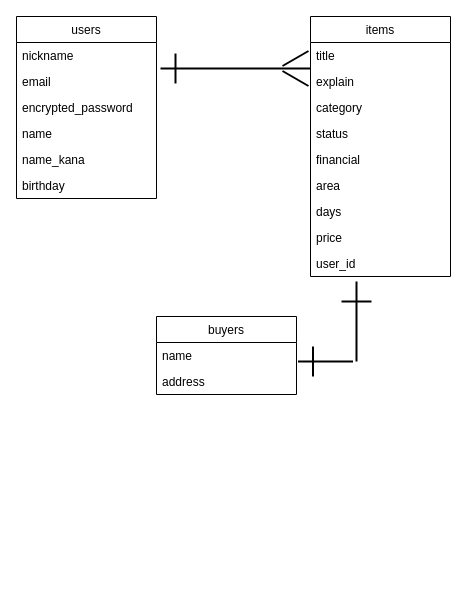
This is furima.dio from 00ryohey00/furima-33853, a draw.io file, before an edit. Source tidied: cells renumbered, new cells numbered last; positions are measured from the earlier drawing's top-left corner, leaving out a move shared by most shapes. Both pictures are drawn from the tidied source at 100%, with x=0, y=0 at pixel (16, 16).
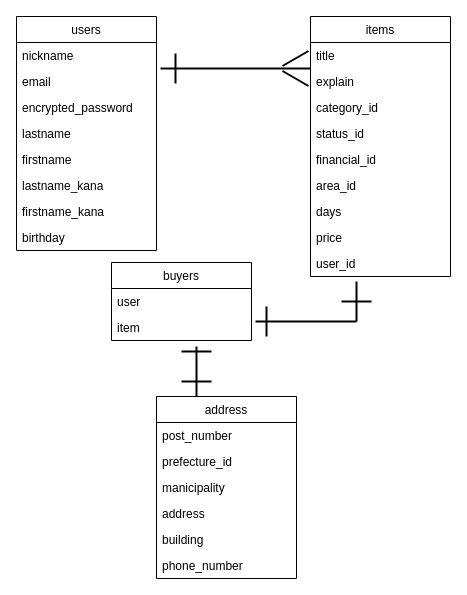
The same diagram, later.

Commit message (it also covers changes not shown here):
データベース設計修正

Unchanged cells that the change refers to:
```xml
<mxCell id="9" value="items" style="swimlane;fontStyle=0;horizontal=1;startSize=26;fillColor=none;" parent="1" vertex="1">
  <mxGeometry x="294" width="140" height="260" as="geometry" />
</mxCell>
```

What changed in the source:
```diff
@@
     <mxCell id="2" value="users" style="swimlane;fontStyle=0;horizontal=1;startSize=26;fillColor=none;" parent="1" vertex="1">
-      <mxGeometry width="140" height="182" as="geometry" />
+      <mxGeometry width="140" height="234" as="geometry" />
     </mxCell>
@@
-    <mxCell id="6" value="name" style="text;strokeColor=none;fillColor=none;align=left;verticalAlign=top;spacingLeft=4;spacingRight=4;overflow=hidden;" parent="2" vertex="1">
+    <mxCell id="6" value="lastname" style="text;strokeColor=none;fillColor=none;align=left;verticalAlign=top;spacingLeft=4;spacingRight=4;overflow=hidden;" parent="2" vertex="1">
       <mxGeometry y="104" width="140" height="26" as="geometry" />
     </mxCell>
+    <mxCell id="30" value="firstname" style="text;strokeColor=none;fillColor=none;align=left;verticalAlign=top;spacingLeft=4;spacingRight=4;overflow=hidden;" parent="2" vertex="1">
+      <mxGeometry y="130" width="140" height="26" as="geometry" />
+    </mxCell>
-    <mxCell id="7" value="name_kana" style="text;strokeColor=none;fillColor=none;align=left;verticalAlign=top;spacingLeft=4;spacingRight=4;overflow=hidden;" parent="2" vertex="1">
-      <mxGeometry y="130" width="140" height="26" as="geometry" />
+    <mxCell id="7" value="lastname_kana" style="text;strokeColor=none;fillColor=none;align=left;verticalAlign=top;spacingLeft=4;spacingRight=4;overflow=hidden;" parent="2" vertex="1">
+      <mxGeometry y="156" width="140" height="26" as="geometry" />
     </mxCell>
+    <mxCell id="31" value="firstname_kana" style="text;strokeColor=none;fillColor=none;align=left;verticalAlign=top;spacingLeft=4;spacingRight=4;overflow=hidden;" parent="2" vertex="1">
+      <mxGeometry y="182" width="140" height="26" as="geometry" />
+    </mxCell>
     <mxCell id="8" value="birthday" style="text;strokeColor=none;fillColor=none;align=left;verticalAlign=top;spacingLeft=4;spacingRight=4;overflow=hidden;" parent="2" vertex="1">
-      <mxGeometry y="156" width="140" height="26" as="geometry" />
+      <mxGeometry y="208" width="140" height="26" as="geometry" />
     </mxCell>
@@
-    <mxCell id="12" value="category" style="text;strokeColor=none;fillColor=none;align=left;verticalAlign=top;spacingLeft=4;spacingRight=4;overflow=hidden;" parent="9" vertex="1">
+    <mxCell id="12" value="category_id" style="text;strokeColor=none;fillColor=none;align=left;verticalAlign=top;spacingLeft=4;spacingRight=4;overflow=hidden;" parent="9" vertex="1">
       <mxGeometry y="78" width="140" height="26" as="geometry" />
     </mxCell>
-    <mxCell id="13" value="status" style="text;strokeColor=none;fillColor=none;align=left;verticalAlign=top;spacingLeft=4;spacingRight=4;overflow=hidden;" parent="9" vertex="1">
+    <mxCell id="13" value="status_id" style="text;strokeColor=none;fillColor=none;align=left;verticalAlign=top;spacingLeft=4;spacingRight=4;overflow=hidden;" parent="9" vertex="1">
       <mxGeometry y="104" width="140" height="26" as="geometry" />
     </mxCell>
-    <mxCell id="14" value="financial" style="text;strokeColor=none;fillColor=none;align=left;verticalAlign=top;spacingLeft=4;spacingRight=4;overflow=hidden;" parent="9" vertex="1">
+    <mxCell id="14" value="financial_id" style="text;strokeColor=none;fillColor=none;align=left;verticalAlign=top;spacingLeft=4;spacingRight=4;overflow=hidden;" parent="9" vertex="1">
       <mxGeometry y="130" width="140" height="26" as="geometry" />
     </mxCell>
-    <mxCell id="15" value="area" style="text;strokeColor=none;fillColor=none;align=left;verticalAlign=top;spacingLeft=4;spacingRight=4;overflow=hidden;" parent="9" vertex="1">
+    <mxCell id="15" value="area_id" style="text;strokeColor=none;fillColor=none;align=left;verticalAlign=top;spacingLeft=4;spacingRight=4;overflow=hidden;" parent="9" vertex="1">
       <mxGeometry y="156" width="140" height="26" as="geometry" />
     </mxCell>
@@
     <mxCell id="19" value="buyers" style="swimlane;fontStyle=0;horizontal=1;startSize=26;fillColor=none;" parent="1" vertex="1">
-      <mxGeometry x="140" y="300" width="140" height="78" as="geometry" />
+      <mxGeometry x="95" y="246" width="140" height="78" as="geometry" />
     </mxCell>
-    <mxCell id="20" value="name" style="text;strokeColor=none;fillColor=none;align=left;verticalAlign=top;spacingLeft=4;spacingRight=4;overflow=hidden;" parent="19" vertex="1">
+    <mxCell id="20" value="user" style="text;strokeColor=none;fillColor=none;align=left;verticalAlign=top;spacingLeft=4;spacingRight=4;overflow=hidden;" parent="19" vertex="1">
       <mxGeometry y="26" width="140" height="26" as="geometry" />
     </mxCell>
-    <mxCell id="21" value="address" style="text;strokeColor=none;fillColor=none;align=left;verticalAlign=top;spacingLeft=4;spacingRight=4;overflow=hidden;" parent="19" vertex="1">
+    <mxCell id="21" value="item" style="text;strokeColor=none;fillColor=none;align=left;verticalAlign=top;spacingLeft=4;spacingRight=4;overflow=hidden;" parent="19" vertex="1">
       <mxGeometry y="52" width="140" height="26" as="geometry" />
     </mxCell>
@@
     <mxCell id="26" style="line;strokeWidth=2;html=1;rotation=90;" parent="1" vertex="1">
-      <mxGeometry x="300" y="300" width="80" height="10" as="geometry" />
+      <mxGeometry x="320" y="280" width="40" height="10" as="geometry" />
     </mxCell>
@@
     <mxCell id="28" style="line;strokeWidth=2;html=1;" parent="1" vertex="1">
-      <mxGeometry x="281.5" y="340" width="55" height="10" as="geometry" />
+      <mxGeometry x="239" y="300" width="101" height="10" as="geometry" />
     </mxCell>
     <mxCell id="29" style="line;strokeWidth=2;html=1;rotation=90;" parent="1" vertex="1">
-      <mxGeometry x="281.5" y="340" width="30" height="10" as="geometry" />
+      <mxGeometry x="235" y="300" width="30" height="10" as="geometry" />
     </mxCell>
+    <mxCell id="32" value="address" style="swimlane;fontStyle=0;horizontal=1;startSize=26;fillColor=none;" parent="1" vertex="1">
+      <mxGeometry x="140" y="380" width="140" height="182" as="geometry" />
+    </mxCell>
+    <mxCell id="33" value="post_number" style="text;strokeColor=none;fillColor=none;align=left;verticalAlign=top;spacingLeft=4;spacingRight=4;overflow=hidden;" parent="32" vertex="1">
+      <mxGeometry y="26" width="140" height="26" as="geometry" />
+    </mxCell>
+    <mxCell id="34" value="prefecture_id" style="text;strokeColor=none;fillColor=none;align=left;verticalAlign=top;spacingLeft=4;spacingRight=4;overflow=hidden;" parent="32" vertex="1">
+      <mxGeometry y="52" width="140" height="26" as="geometry" />
+    </mxCell>
+    <mxCell id="35" value="manicipality" style="text;strokeColor=none;fillColor=none;align=left;verticalAlign=top;spacingLeft=4;spacingRight=4;overflow=hidden;" parent="32" vertex="1">
+      <mxGeometry y="78" width="140" height="26" as="geometry" />
+    </mxCell>
+    <mxCell id="36" value="address" style="text;strokeColor=none;fillColor=none;align=left;verticalAlign=top;spacingLeft=4;spacingRight=4;overflow=hidden;" parent="32" vertex="1">
+      <mxGeometry y="104" width="140" height="26" as="geometry" />
+    </mxCell>
+    <mxCell id="37" value="building" style="text;strokeColor=none;fillColor=none;align=left;verticalAlign=top;spacingLeft=4;spacingRight=4;overflow=hidden;" parent="32" vertex="1">
+      <mxGeometry y="130" width="140" height="26" as="geometry" />
+    </mxCell>
+    <mxCell id="38" value="phone_number" style="text;strokeColor=none;fillColor=none;align=left;verticalAlign=top;spacingLeft=4;spacingRight=4;overflow=hidden;" parent="32" vertex="1">
+      <mxGeometry y="156" width="140" height="26" as="geometry" />
+    </mxCell>
+    <mxCell id="39" style="line;strokeWidth=2;html=1;rotation=90;" parent="1" vertex="1">
+      <mxGeometry x="155" y="350" width="50" height="10" as="geometry" />
+    </mxCell>
+    <mxCell id="40" style="line;strokeWidth=2;html=1;rotation=-180;" parent="1" vertex="1">
+      <mxGeometry x="165" y="340" width="30" height="50" as="geometry" />
+    </mxCell>
+    <mxCell id="41" style="line;strokeWidth=2;html=1;rotation=-180;" parent="1" vertex="1">
+      <mxGeometry x="165" y="330" width="30" height="10" as="geometry" />
+    </mxCell>
```
